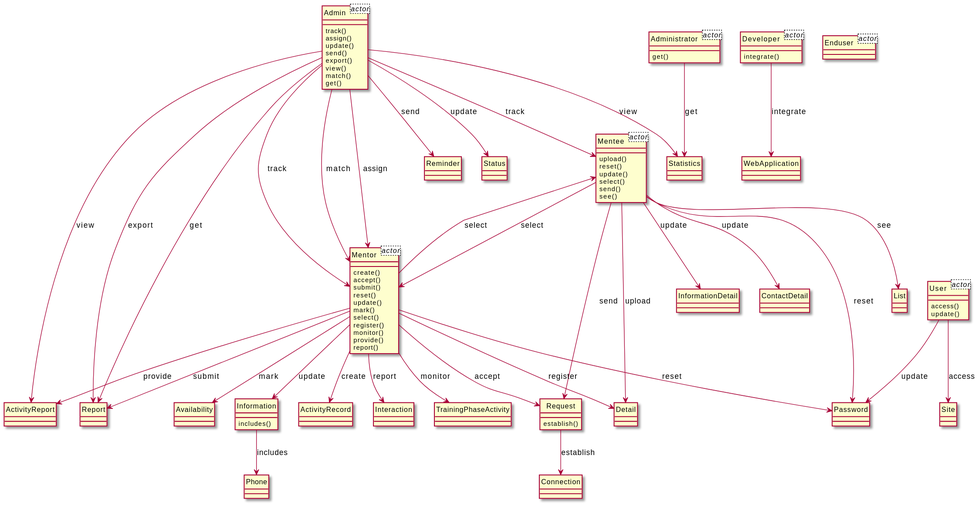
Earlier version of the PlantUML export output/diagram_5/2019-USC-Project13.svg (xixixhalu/DomainModelExtractor).
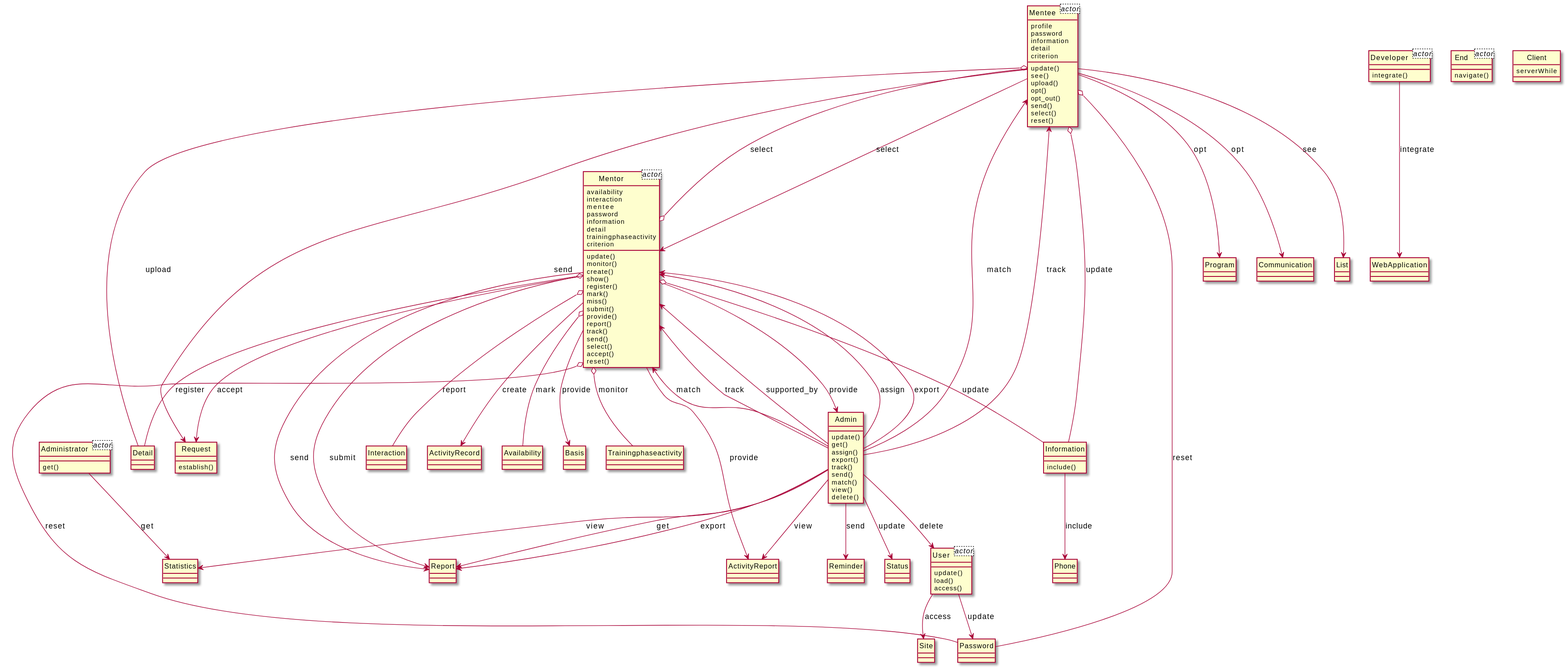
The same file after the commit.

Diff of the diagram source:
```diff
@@ -1,134 +1,166 @@
 @startuml
 hide circle
-class Admin<actor> {
-}
 class Mentee<actor> {
+	profile
+	password
+	information
+	detail
+	criterion
 }
 class Mentor<actor> {
+	availability
+	interaction
+	mentee
+	password
+	information
+	detail
+	trainingphaseactivity
+	criterion
 }
 class User<actor> {
 }
 class Developer<actor> {
 }
-class Enduser<actor> {
+class End<actor> {
 }
 class Administrator<actor> {
 }
+class Client {
+	serverWhile
+}
+class Admin {
+	update()
+	get()
+	assign()
+	export()
+	track()
+	send()
+	match()
+	view()
+	delete()
+}
 class Mentor {
+	update()
+	monitor()
 	create()
-	accept()
+	show()
+	register()
+	mark()
+	miss()
 	submit()
-	reset()
-	update()
-	mark()
-	select()
-	register()
-	monitor()
 	provide()
 	report()
+	track()
+	send()
+	select()
+	accept()
+	reset()
 }
-class TrainingPhaseActivity {
-}
-class Admin {
-	track()
-	assign()
-	update()
-	send()
-	export()
-	view()
-	match()
+class Administrator {
 	get()
-}
-class Report {
 }
 class ActivityReport {
 }
 class Interaction {
 }
+class ActivityRecord {
+}
 class Mentee {
+	update()
+	see()
 	upload()
+	opt()
+	opt_out()
+	send()
+	select()
 	reset()
+}
+class User {
 	update()
-	select()
-	send()
-	see()
-}
-class InformationDetail {
-}
-class Statistics {
+	load()
+	access()
 }
 class Detail {
 }
-class ContactDetail {
+class Reminder {
 }
-class Reminder {
+class Status {
+}
+class Request {
+	establish()
+}
+class Information {
+	include()
+}
+class Availability {
+}
+class Report {
+}
+class Site {
+}
+class Phone {
 }
 class Password {
 }
-class List {
+class Basis {
 }
-class Availability {
+class Program {
 }
-class User {
-	access()
-	update()
+class Communication {
 }
-class Request {
-	establish()
+class Trainingphaseactivity {
+}
+class Statistics {
 }
 class Developer {
 	integrate()
 }
 class WebApplication {
 }
-class Connection {
+class End {
+	navigate()
 }
-class Information {
-	includes()
+class List {
 }
-class Phone {
-}
-class Site {
-}
-class ActivityRecord {
-}
-class Status {
-}
-class Administrator {
-	get()
-}
-Mentor --> Availability : mark
 Mentor --> Request : accept
+Mentor --> ActivityRecord : create
+Mentor o-- Trainingphaseactivity : monitor
+Mentee o-- Information : update
+Mentee o-- Detail : upload
+Admin --> Report : export
+Administrator --> Statistics : get
+Mentor o-- Detail : register
+Admin --> Mentor : assign
+User --> Site : access
+Admin --> Reminder : send
+Developer --> WebApplication : integrate
+Information --> Phone : include
+Admin --> Mentor : export
+Admin --> Statistics : view
+Mentee o-- Password : reset
+Admin --> Mentor : match
 Mentor --> Report : submit
+Mentor o-- Mentee : select
+Mentor o-- Password : reset
+Admin --> Mentor : track
 Admin --> Report : get
 Admin --> Status : update
-Admin --> Statistics : view
+Mentor --> Admin : provide
+Admin --> Mentee : track
+Mentee --> List : see
+Mentor --> Report : send
+Mentor --> Basis : provide
+Admin --> Mentor : supported_by
+Mentee --> Request : send
+Admin --> Mentee : match
 User --> Password : update
+Mentee --> Program : opt
+Admin --> ActivityReport : view
+Admin --> User : delete
+Mentee --> Mentor : select
 Mentor --> ActivityReport : provide
-Admin --> Mentor : assign
-Administrator --> Statistics : get
-Mentee --> Request : send
-Admin --> Mentee : track
-Mentor --> Password : reset
-Mentee --> Detail : upload
-Admin --> Mentor : track
-Admin --> Report : export
-Mentor --> Interaction : report
-Mentor --> Mentee : select
-Developer --> WebApplication : integrate
-Admin --> ActivityReport : view
-Mentee --> ContactDetail : update
-Request --> Connection : establish
-Mentee --> InformationDetail : update
-Admin --> Reminder : send
-Information --> Phone : includes
-Mentor --> Detail : register
-Admin --> Mentor : match
-User --> Site : access
-Mentee --> Password : reset
-Mentor --> Information : update
-Mentee --> List : see
-Mentee --> Mentor : select
-Mentor --> TrainingPhaseActivity : monitor
-Mentor --> ActivityRecord : create
+Mentor o-- Information : update
+Mentee --> Communication : opt
+Mentor o-- Availability : mark
+Mentor o-- Interaction : report
 @enduml
```
